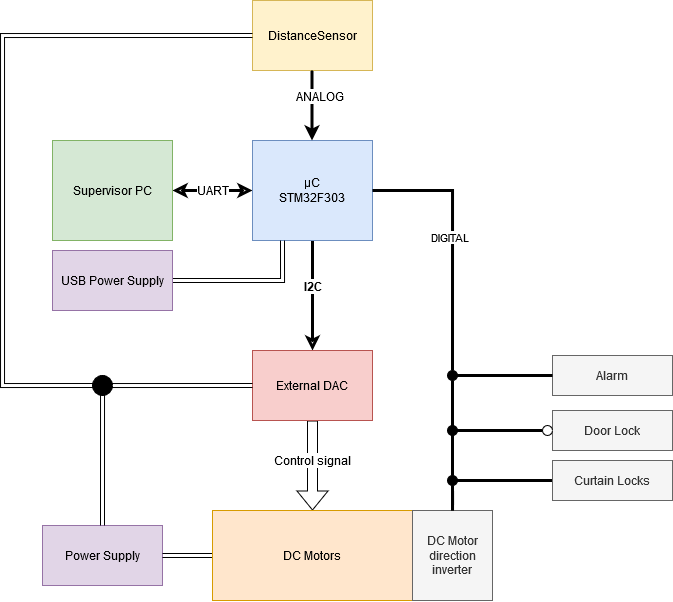
This is supplements/Electrical_system_schematics.png from MMMrowka/Security_Door_ES_AGH, a draw.io export, as it was before one commit. Source tidied: cells renumbered, new cells last; positions are measured from the earlier drawing's top-left corner, leaving out a move shared by most shapes. Its diagram source:
```xml
<mxGraphModel>
  <root>
    <mxCell id="0" />
    <mxCell id="1" parent="0" />
    <mxCell id="2" style="edgeStyle=orthogonalEdgeStyle;rounded=0;jettySize=auto;html=1;entryX=1;entryY=0.5;entryDx=0;entryDy=0;startArrow=classic;startFill=0;endArrow=classic;endFill=0;strokeWidth=3;exitX=0;exitY=0.5;exitDx=0;exitDy=0;" parent="1" edge="1" source="7" target="17">
      <mxGeometry relative="1" as="geometry">
        <Array as="points">
          <mxPoint x="210" y="190" />
          <mxPoint x="210" y="190" />
        </Array>
      </mxGeometry>
    </mxCell>
    <mxCell id="3" value="UART" style="text;html=1;align=center;verticalAlign=middle;labelBackgroundColor=#ffffff;" parent="2" vertex="1">
      <mxGeometry x="0.26" y="-1" relative="1" as="geometry">
        <mxPoint x="10.4" y="0.7" as="offset" />
      </mxGeometry>
    </mxCell>
    <mxCell id="4" style="edgeStyle=orthogonalEdgeStyle;rounded=0;jettySize=auto;html=1;exitX=0.5;exitY=1;exitDx=0;exitDy=0;startArrow=none;startFill=0;endArrow=classic;endFill=0;strokeWidth=3;" parent="1" edge="1" source="7">
      <mxGeometry relative="1" as="geometry">
        <mxPoint x="310" y="350" as="targetPoint" />
      </mxGeometry>
    </mxCell>
    <mxCell id="5" value="&lt;b&gt;I2C&lt;/b&gt;" style="text;html=1;align=center;verticalAlign=middle;labelBackgroundColor=#ffffff;" parent="4" vertex="1">
      <mxGeometry x="0.18" y="3" relative="1" as="geometry">
        <mxPoint x="-2.9" y="-19.1" as="offset" />
      </mxGeometry>
    </mxCell>
    <mxCell id="6" style="edgeStyle=orthogonalEdgeStyle;rounded=0;jettySize=auto;html=1;exitX=0.25;exitY=1;exitDx=0;exitDy=0;startArrow=none;startFill=0;endArrow=classic;endFill=1;shape=link;" parent="1" edge="1" source="7">
      <mxGeometry relative="1" as="geometry">
        <mxPoint x="280" y="270" as="targetPoint" />
      </mxGeometry>
    </mxCell>
    <mxCell id="7" value="&lt;div&gt;&lt;span class=&quot;st&quot;&gt;µC&lt;/span&gt;&lt;/div&gt;&lt;div&gt;&lt;span class=&quot;st&quot;&gt;STM32F303&lt;br&gt;&lt;/span&gt;&lt;/div&gt;" style="rounded=0;whiteSpace=wrap;html=1;fillColor=#dae8fc;strokeColor=#6c8ebf;" parent="1" vertex="1">
      <mxGeometry x="250" y="140" width="120" height="100" as="geometry" />
    </mxCell>
    <mxCell id="8" style="edgeStyle=orthogonalEdgeStyle;shape=flexArrow;rounded=0;jettySize=auto;html=1;exitX=0.5;exitY=1;exitDx=0;exitDy=0;startArrow=none;startFill=0;endArrow=classic;endFill=1;entryX=0.5;entryY=0;entryDx=0;entryDy=0;" parent="1" edge="1" source="11" target="25">
      <mxGeometry relative="1" as="geometry" />
    </mxCell>
    <mxCell id="9" value="Control signal" style="text;html=1;align=center;verticalAlign=middle;labelBackgroundColor=#ffffff;direction=south;" parent="8" vertex="1">
      <mxGeometry x="-0.24" y="5" relative="1" as="geometry">
        <mxPoint x="-5" y="6" as="offset" />
      </mxGeometry>
    </mxCell>
    <mxCell id="10" style="edgeStyle=orthogonalEdgeStyle;rounded=0;jettySize=auto;html=1;exitX=0;exitY=0.5;exitDx=0;exitDy=0;startArrow=none;startFill=0;endArrow=none;endFill=0;strokeWidth=4;strokeColor=#FFFFFF;" parent="1" edge="1" source="11">
      <mxGeometry relative="1" as="geometry">
        <mxPoint x="190" y="540" as="targetPoint" />
      </mxGeometry>
    </mxCell>
    <mxCell id="11" value="External DAC" style="rounded=0;whiteSpace=wrap;html=1;fillColor=#f8cecc;strokeColor=#b85450;" parent="1" vertex="1">
      <mxGeometry x="250" y="350" width="120" height="70" as="geometry" />
    </mxCell>
    <mxCell id="12" style="edgeStyle=orthogonalEdgeStyle;rounded=0;jettySize=auto;html=1;exitX=0;exitY=0.5;exitDx=0;exitDy=0;startArrow=none;startFill=0;endArrow=none;endFill=0;strokeColor=#000000;strokeWidth=3;" parent="1" edge="1" source="13">
      <mxGeometry relative="1" as="geometry">
        <mxPoint x="450" y="480" as="targetPoint" />
        <Array as="points">
          <mxPoint x="450" y="480" />
        </Array>
      </mxGeometry>
    </mxCell>
    <mxCell id="13" value="Curtain Locks" style="rounded=0;whiteSpace=wrap;html=1;fillColor=#f5f5f5;strokeColor=#666666;fontColor=#333333;" parent="1" vertex="1">
      <mxGeometry x="550" y="460" width="120" height="40" as="geometry" />
    </mxCell>
    <mxCell id="14" style="edgeStyle=orthogonalEdgeStyle;rounded=0;jettySize=auto;html=1;entryX=1;entryY=0.5;entryDx=0;entryDy=0;startArrow=none;startFill=0;endArrow=none;endFill=0;endSize=6;strokeWidth=3;exitX=0.5;exitY=0;exitDx=0;exitDy=0;" parent="1" edge="1" source="41" target="7">
      <mxGeometry relative="1" as="geometry" />
    </mxCell>
    <mxCell id="15" value="DIGITAL" style="edgeLabel;html=1;align=center;verticalAlign=middle;" parent="14" vertex="1">
      <mxGeometry x="0.02" y="3" relative="1" as="geometry" />
    </mxCell>
    <mxCell id="16" value="Door Lock" style="rounded=0;whiteSpace=wrap;html=1;fillColor=#f5f5f5;strokeColor=#666666;fontColor=#333333;" parent="1" vertex="1">
      <mxGeometry x="550" y="410" width="120" height="40" as="geometry" />
    </mxCell>
    <mxCell id="17" value="Supervisor PC" style="rounded=0;whiteSpace=wrap;html=1;fillColor=#d5e8d4;strokeColor=#82b366;" parent="1" vertex="1">
      <mxGeometry x="50" y="140" width="120" height="100" as="geometry" />
    </mxCell>
    <mxCell id="18" value="DistanceSensor" style="rounded=0;whiteSpace=wrap;html=1;fillColor=#fff2cc;strokeColor=#d6b656;" parent="1" vertex="1">
      <mxGeometry x="250" width="120" height="70" as="geometry" />
    </mxCell>
    <mxCell id="19" style="edgeStyle=orthogonalEdgeStyle;rounded=0;orthogonalLoop=1;jettySize=auto;html=1;exitX=0.5;exitY=1;exitDx=0;exitDy=0;entryX=0.5;entryY=0;entryDx=0;entryDy=0;startArrow=none;startFill=0;endArrow=classic;endFill=1;strokeWidth=3;" parent="1" edge="1">
      <mxGeometry relative="1" as="geometry">
        <mxPoint x="309.5" y="70" as="sourcePoint" />
        <mxPoint x="309.5" y="140" as="targetPoint" />
      </mxGeometry>
    </mxCell>
    <mxCell id="20" value="ANALOG" style="text;html=1;align=center;verticalAlign=middle;labelBackgroundColor=#ffffff;" parent="19" vertex="1">
      <mxGeometry x="-0.26" relative="1" as="geometry">
        <mxPoint x="6.7" y="-0.3" as="offset" />
      </mxGeometry>
    </mxCell>
    <mxCell id="21" style="edgeStyle=orthogonalEdgeStyle;shape=link;rounded=0;jettySize=auto;html=1;exitX=1;exitY=0.5;exitDx=0;exitDy=0;startArrow=none;startFill=0;endArrow=classic;endFill=1;entryX=0.25;entryY=1;entryDx=0;entryDy=0;" parent="1" edge="1" source="22" target="7">
      <mxGeometry relative="1" as="geometry" />
    </mxCell>
    <mxCell id="22" value="USB Power Supply" style="rounded=0;whiteSpace=wrap;html=1;fillColor=#e1d5e7;strokeColor=#9673a6;" parent="1" vertex="1">
      <mxGeometry x="50" y="250" width="120" height="60" as="geometry" />
    </mxCell>
    <mxCell id="23" value="Power Supply" style="rounded=0;whiteSpace=wrap;html=1;fillColor=#e1d5e7;strokeColor=#9673a6;" parent="1" vertex="1">
      <mxGeometry x="40" y="525" width="120" height="60" as="geometry" />
    </mxCell>
    <mxCell id="24" style="edgeStyle=orthogonalEdgeStyle;rounded=0;jettySize=auto;html=1;exitX=0;exitY=0.5;exitDx=0;exitDy=0;entryX=1;entryY=0.5;entryDx=0;entryDy=0;endArrow=none;endFill=0;shape=link;" parent="1" edge="1" source="25" target="23">
      <mxGeometry relative="1" as="geometry" />
    </mxCell>
    <mxCell id="25" value="DC Motors" style="rounded=0;whiteSpace=wrap;html=1;fillColor=#ffe6cc;strokeColor=#d79b00;" parent="1" vertex="1">
      <mxGeometry x="210" y="510" width="200" height="90" as="geometry" />
    </mxCell>
    <mxCell id="26" style="edgeStyle=orthogonalEdgeStyle;rounded=0;jettySize=auto;html=1;startArrow=none;startFill=0;endArrow=none;endFill=0;strokeWidth=3;" parent="1" edge="1" source="27">
      <mxGeometry relative="1" as="geometry">
        <mxPoint x="450" y="420" as="targetPoint" />
        <Array as="points">
          <mxPoint x="450" y="430" />
        </Array>
      </mxGeometry>
    </mxCell>
    <mxCell id="27" style="ellipse;whiteSpace=wrap;html=1;" parent="1" vertex="1">
      <mxGeometry x="540" y="425" width="10" height="10" as="geometry" />
    </mxCell>
    <mxCell id="28" value="Alarm" style="rounded=0;whiteSpace=wrap;html=1;fillColor=#f5f5f5;strokeColor=#666666;fontColor=#333333;" parent="1" vertex="1">
      <mxGeometry x="550" y="355" width="120" height="40" as="geometry" />
    </mxCell>
    <mxCell id="29" value="&lt;div&gt;DC Motor&lt;/div&gt;&lt;div&gt;direction inverter&lt;br&gt;&lt;/div&gt;" style="rounded=0;whiteSpace=wrap;html=1;fillColor=#f5f5f5;strokeColor=#666666;fontColor=#333333;" parent="1" vertex="1">
      <mxGeometry x="410" y="510" width="80" height="90" as="geometry" />
    </mxCell>
    <mxCell id="30" style="edgeStyle=orthogonalEdgeStyle;shape=link;rounded=0;jettySize=auto;html=1;startArrow=none;startFill=0;endArrow=classic;endFill=1;entryX=0;entryY=0.5;entryDx=0;entryDy=0;exitX=0.5;exitY=0;exitDx=0;exitDy=0;" parent="1" edge="1" source="31" target="11">
      <mxGeometry relative="1" as="geometry">
        <Array as="points">
          <mxPoint x="100" y="385" />
        </Array>
      </mxGeometry>
    </mxCell>
    <mxCell id="31" style="ellipse;whiteSpace=wrap;html=1;fillColor=#000000;" parent="1" vertex="1">
      <mxGeometry x="90" y="375" width="20" height="20" as="geometry" />
    </mxCell>
    <mxCell id="32" style="edgeStyle=orthogonalEdgeStyle;shape=link;rounded=0;jettySize=auto;html=1;startArrow=none;startFill=0;endArrow=classic;endFill=1;entryX=0;entryY=0.5;entryDx=0;entryDy=0;exitX=0.5;exitY=0;exitDx=0;exitDy=0;" parent="1" edge="1" source="23" target="31">
      <mxGeometry relative="1" as="geometry">
        <Array as="points">
          <mxPoint x="100" y="385" />
        </Array>
      </mxGeometry>
    </mxCell>
    <mxCell id="33" style="edgeStyle=orthogonalEdgeStyle;shape=link;rounded=0;jettySize=auto;html=1;startArrow=none;startFill=0;endArrow=classic;endFill=1;entryX=0;entryY=0.5;entryDx=0;entryDy=0;exitX=0;exitY=0.5;exitDx=0;exitDy=0;" parent="1" edge="1" source="18">
      <mxGeometry relative="1" as="geometry">
        <mxPoint x="110" y="385" as="targetPoint" />
        <Array as="points">
          <mxPoint y="35" />
          <mxPoint y="385" />
        </Array>
      </mxGeometry>
    </mxCell>
    <mxCell id="34" style="edgeStyle=orthogonalEdgeStyle;rounded=0;jettySize=auto;html=1;exitX=0;exitY=0.5;exitDx=0;exitDy=0;startArrow=none;startFill=0;endArrow=none;endFill=0;strokeColor=#000000;strokeWidth=3;entryX=0.5;entryY=0.5;entryDx=0;entryDy=0;entryPerimeter=0;" parent="1" edge="1" source="28" target="41">
      <mxGeometry relative="1" as="geometry" />
    </mxCell>
    <mxCell id="35" style="edgeStyle=orthogonalEdgeStyle;rounded=0;jettySize=auto;html=1;startArrow=none;startFill=0;endArrow=none;endFill=0;strokeColor=#000000;strokeWidth=3;" parent="1" edge="1" source="39" target="29">
      <mxGeometry relative="1" as="geometry" />
    </mxCell>
    <mxCell id="36" style="edgeStyle=orthogonalEdgeStyle;rounded=0;jettySize=auto;html=1;entryX=1;entryY=0.5;entryDx=0;entryDy=0;startArrow=none;startFill=0;endArrow=none;endFill=0;endSize=6;strokeWidth=3;exitX=0.5;exitY=0;exitDx=0;exitDy=0;" parent="1" edge="1" source="29" target="39">
      <mxGeometry relative="1" as="geometry" />
    </mxCell>
    <mxCell id="37" style="edgeStyle=orthogonalEdgeStyle;rounded=0;jettySize=auto;html=1;startArrow=none;startFill=0;endArrow=none;endFill=0;strokeColor=#000000;strokeWidth=3;" parent="1" edge="1" source="39" target="41">
      <mxGeometry relative="1" as="geometry" />
    </mxCell>
    <mxCell id="38" style="ellipse;whiteSpace=wrap;html=1;fillColor=#000000;" parent="1" vertex="1">
      <mxGeometry x="445" y="425" width="10" height="10" as="geometry" />
    </mxCell>
    <mxCell id="39" style="ellipse;whiteSpace=wrap;html=1;direction=south;fillColor=#000000;" parent="1" vertex="1">
      <mxGeometry x="445" y="475" width="10" height="10" as="geometry" />
    </mxCell>
    <mxCell id="40" style="edgeStyle=orthogonalEdgeStyle;rounded=0;jettySize=auto;html=1;startArrow=none;startFill=0;endArrow=none;endFill=0;strokeColor=#000000;strokeWidth=3;" parent="1" edge="1" source="38" target="39">
      <mxGeometry relative="1" as="geometry" />
    </mxCell>
    <mxCell id="41" style="ellipse;whiteSpace=wrap;html=1;fillColor=#000000;" parent="1" vertex="1">
      <mxGeometry x="445" y="370" width="10" height="10" as="geometry" />
    </mxCell>
  </root>
</mxGraphModel>
```
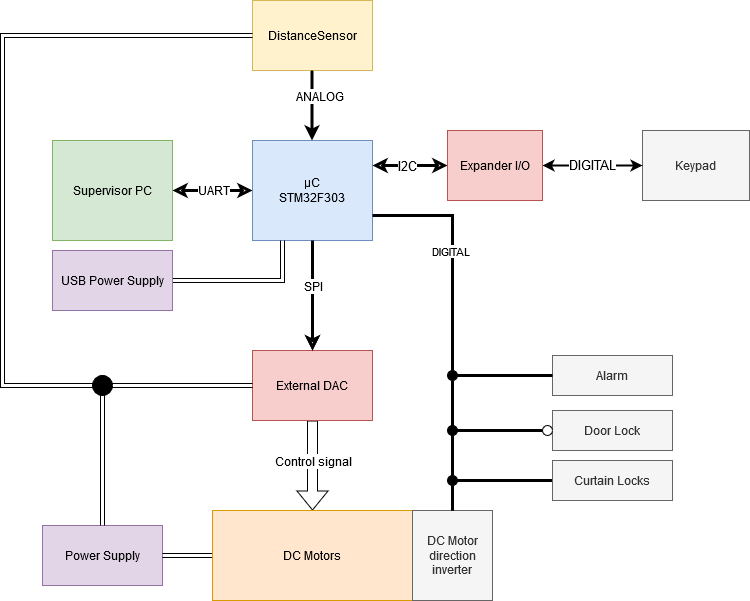
The same file after the commit.

Commit message:
Fixed minor errors in schematics

Change to the diagram source:
```diff
@@ -30,6 +30,14 @@
         <mxPoint x="280" y="270" as="targetPoint" />
       </mxGeometry>
     </mxCell>
+    <mxCell id="42" style="edgeStyle=orthogonalEdgeStyle;rounded=0;jettySize=auto;html=1;exitX=1;exitY=0.25;exitDx=0;exitDy=0;entryX=0;entryY=0.5;entryDx=0;entryDy=0;endArrow=classic;endFill=0;strokeWidth=3;startArrow=classic;startFill=0;" parent="1" edge="1" source="7" target="48">
+      <mxGeometry relative="1" as="geometry" />
+    </mxCell>
+    <mxCell id="43" value="I2C" style="edgeLabel;html=1;align=center;verticalAlign=middle;fontSize=13;" parent="42" vertex="1">
+      <mxGeometry x="0.28" y="1" relative="1" as="geometry">
+        <mxPoint x="-14" y="1" as="offset" />
+      </mxGeometry>
+    </mxCell>
     <mxCell id="7" value="&lt;div&gt;&lt;span class=&quot;st&quot;&gt;µC&lt;/span&gt;&lt;/div&gt;&lt;div&gt;&lt;span class=&quot;st&quot;&gt;STM32F303&lt;br&gt;&lt;/span&gt;&lt;/div&gt;" style="rounded=0;whiteSpace=wrap;html=1;fillColor=#dae8fc;strokeColor=#6c8ebf;" parent="1" vertex="1">
       <mxGeometry x="250" y="140" width="120" height="100" as="geometry" />
     </mxCell>
@@ -60,8 +68,12 @@
     <mxCell id="13" value="Curtain Locks" style="rounded=0;whiteSpace=wrap;html=1;fillColor=#f5f5f5;strokeColor=#666666;fontColor=#333333;" parent="1" vertex="1">
       <mxGeometry x="550" y="460" width="120" height="40" as="geometry" />
     </mxCell>
-    <mxCell id="14" style="edgeStyle=orthogonalEdgeStyle;rounded=0;jettySize=auto;html=1;entryX=1;entryY=0.5;entryDx=0;entryDy=0;startArrow=none;startFill=0;endArrow=none;endFill=0;endSize=6;strokeWidth=3;exitX=0.5;exitY=0;exitDx=0;exitDy=0;" parent="1" edge="1" source="41" target="7">
-      <mxGeometry relative="1" as="geometry" />
+    <mxCell id="14" style="edgeStyle=orthogonalEdgeStyle;rounded=0;jettySize=auto;html=1;entryX=1;entryY=0.75;entryDx=0;entryDy=0;startArrow=none;startFill=0;endArrow=none;endFill=0;endSize=6;strokeWidth=3;exitX=0.5;exitY=0;exitDx=0;exitDy=0;" parent="1" edge="1" source="41" target="7">
+      <mxGeometry relative="1" as="geometry">
+        <Array as="points">
+          <mxPoint x="450" y="215" />
+        </Array>
+      </mxGeometry>
     </mxCell>
     <mxCell id="15" value="DIGITAL" style="edgeLabel;html=1;align=center;verticalAlign=middle;" parent="14" vertex="1">
       <mxGeometry x="0.02" y="3" relative="1" as="geometry" />
@@ -168,5 +180,27 @@
     <mxCell id="41" style="ellipse;whiteSpace=wrap;html=1;fillColor=#000000;" parent="1" vertex="1">
       <mxGeometry x="445" y="370" width="10" height="10" as="geometry" />
     </mxCell>
+    <mxCell id="44" value="Keypad" style="rounded=0;whiteSpace=wrap;html=1;fillColor=#f5f5f5;strokeColor=#666666;fontColor=#333333;" parent="1" vertex="1">
+      <mxGeometry x="640" y="130" width="107" height="70" as="geometry" />
+    </mxCell>
+    <mxCell id="45" style="edgeStyle=orthogonalEdgeStyle;rounded=0;jettySize=auto;html=1;exitX=0.5;exitY=1;exitDx=0;exitDy=0;startArrow=none;startFill=0;endArrow=classic;endFill=0;strokeWidth=3;" parent="1" edge="1" source="7">
+      <mxGeometry relative="1" as="geometry">
+        <mxPoint x="310" y="350" as="targetPoint" />
+        <Array as="points">
+          <mxPoint x="310" y="240" />
+        </Array>
+      </mxGeometry>
+    </mxCell>
+    <mxCell id="46" value="SPI" style="text;html=1;align=center;verticalAlign=middle;labelBackgroundColor=#ffffff;" parent="45" vertex="1">
+      <mxGeometry x="0.18" y="3" relative="1" as="geometry">
+        <mxPoint x="-2.9" y="-19.1" as="offset" />
+      </mxGeometry>
+    </mxCell>
+    <mxCell id="47" value="DIGITAL" style="edgeStyle=orthogonalEdgeStyle;rounded=0;jettySize=auto;html=1;exitX=1;exitY=0.5;exitDx=0;exitDy=0;entryX=0;entryY=0.5;entryDx=0;entryDy=0;startArrow=classic;startFill=1;endArrow=classic;endFill=1;strokeWidth=2;fontSize=13;" parent="1" edge="1" source="48" target="44">
+      <mxGeometry relative="1" as="geometry" />
+    </mxCell>
+    <mxCell id="48" value="Expander I/O" style="rounded=0;whiteSpace=wrap;html=1;fillColor=#f8cecc;strokeColor=#b85450;" parent="1" vertex="1">
+      <mxGeometry x="445" y="130" width="95" height="70" as="geometry" />
+    </mxCell>
   </root>
 </mxGraphModel>
```
